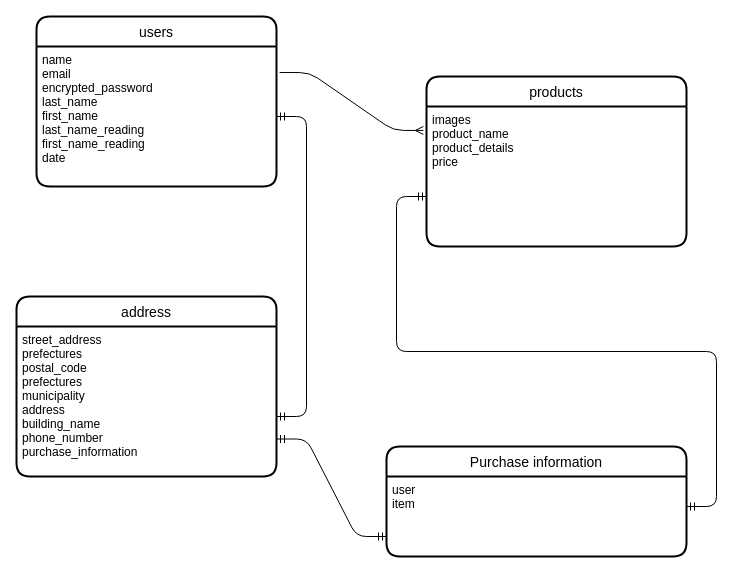
The draw.io diagram furima29603.dio in mugineko28/furima-29603, before the edit. Source tidied: cells renumbered, new cells numbered last; positions are measured from the earlier drawing's top-left corner, leaving out a move shared by most shapes. Both pictures are drawn from the tidied source at 100%, with x=0, y=0 at pixel (16, 16).
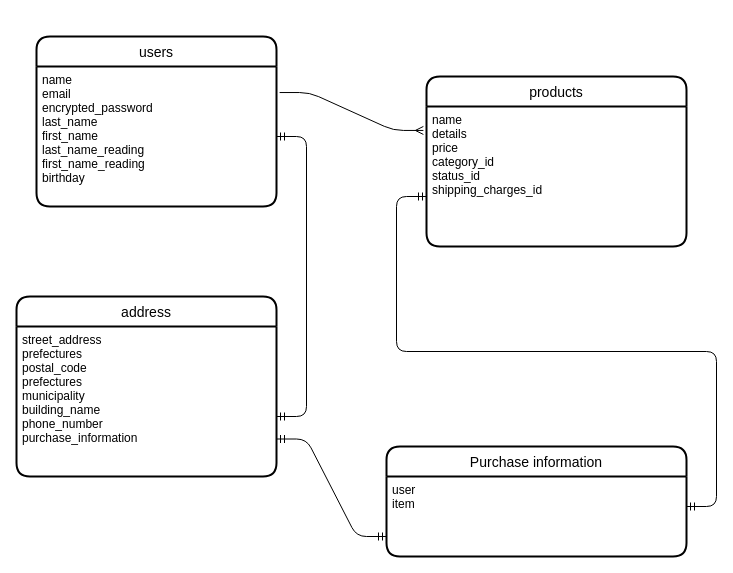
After the change.

Commit message (it also covers changes not shown here):
テーブル設計（修正３）

Change to the diagram source:
```diff
@@
 <mxGraphModel>
   <root>
     <mxCell id="0" />
     <mxCell id="1" parent="0" />
     <mxCell id="2" style="edgeStyle=entityRelationEdgeStyle;fontSize=12;html=1;endArrow=ERmandOne;startArrow=ERmandOne;exitX=1;exitY=0.75;exitDx=0;exitDy=0;entryX=0;entryY=0.75;entryDx=0;entryDy=0;" parent="1" edge="1" source="8" target="10">
       <mxGeometry relative="1" as="geometry" />
     </mxCell>
     <mxCell id="3" value="users" style="swimlane;horizontal=1;startSize=30;rounded=1;fontSize=14;fontStyle=0;strokeWidth=2;shadow=0;dashed=0;align=center;" parent="1" vertex="1">
-      <mxGeometry x="20" width="240" height="170" as="geometry" />
+      <mxGeometry x="20" y="20" width="240" height="170" as="geometry" />
     </mxCell>
-    <mxCell id="4" value="name&#10;email&#10;encrypted_password&#10;last_name&#10;first_name&#10;last_name_reading&#10;first_name_reading&#10;date&#10;" style="align=left;strokeColor=none;fillColor=none;spacingLeft=4;fontSize=12;verticalAlign=top;" parent="3" vertex="1">
+    <mxCell id="4" value="name&#10;email&#10;encrypted_password&#10;last_name&#10;first_name&#10;last_name_reading&#10;first_name_reading&#10;birthday&#10;" style="align=left;strokeColor=none;fillColor=none;spacingLeft=4;fontSize=12;verticalAlign=top;" parent="3" vertex="1">
       <mxGeometry y="30" width="240" height="140" as="geometry" />
     </mxCell>
     <mxCell id="5" value="products" style="swimlane;horizontal=1;startSize=30;rounded=1;fontSize=14;fontStyle=0;strokeWidth=2;shadow=0;dashed=0;align=center;" parent="1" vertex="1">
       <mxGeometry x="410" y="60" width="260" height="170" as="geometry" />
     </mxCell>
-    <mxCell id="6" value="images&#10;product_name&#10;product_details&#10;price" style="align=left;strokeColor=none;fillColor=none;spacingLeft=4;fontSize=12;verticalAlign=top;" parent="5" vertex="1">
+    <mxCell id="6" value="name&#10;details&#10;price&#10;category_id&#10;status_id&#10;shipping_charges_id&#10;&#10;&#10;" style="align=left;strokeColor=none;fillColor=none;spacingLeft=4;fontSize=12;verticalAlign=top;" parent="5" vertex="1">
       <mxGeometry y="30" width="260" height="140" as="geometry" />
     </mxCell>
+    <mxCell id="13" style="edgeStyle=entityRelationEdgeStyle;fontSize=12;html=1;endArrow=ERmandOne;startArrow=ERmandOne;" parent="5" edge="1">
+      <mxGeometry relative="1" as="geometry">
+        <mxPoint x="260" y="430" as="sourcePoint" />
+        <mxPoint y="120" as="targetPoint" />
+      </mxGeometry>
+    </mxCell>
     <mxCell id="7" value="address" style="swimlane;horizontal=1;startSize=30;rounded=1;fontSize=14;fontStyle=0;strokeWidth=2;shadow=0;dashed=0;align=center;" parent="1" vertex="1">
       <mxGeometry y="280" width="260" height="180" as="geometry" />
     </mxCell>
-    <mxCell id="8" value="street_address&#10;prefectures&#10;postal_code&#10;prefectures&#10;municipality&#10;address&#10;building_name&#10;phone_number&#10;purchase_information " style="align=left;strokeColor=none;fillColor=none;spacingLeft=4;fontSize=12;verticalAlign=top;" parent="7" vertex="1">
+    <mxCell id="8" value="street_address&#10;prefectures&#10;postal_code&#10;prefectures&#10;municipality&#10;building_name&#10;phone_number&#10;purchase_information " style="align=left;strokeColor=none;fillColor=none;spacingLeft=4;fontSize=12;verticalAlign=top;" parent="7" vertex="1">
       <mxGeometry y="30" width="260" height="150" as="geometry" />
     </mxCell>
     <mxCell id="9" value="Purchase information" style="swimlane;horizontal=1;startSize=30;rounded=1;fontSize=14;fontStyle=0;strokeWidth=2;shadow=0;dashed=0;align=center;" parent="1" vertex="1">
       <mxGeometry x="370" y="430" width="300" height="110" as="geometry" />
     </mxCell>
     <mxCell id="10" value="user&#10;item" style="align=left;strokeColor=none;fillColor=none;spacingLeft=4;fontSize=12;verticalAlign=top;" parent="9" vertex="1">
       <mxGeometry y="30" width="300" height="80" as="geometry" />
     </mxCell>
     <mxCell id="11" style="edgeStyle=entityRelationEdgeStyle;fontSize=12;html=1;endArrow=ERmandOne;startArrow=ERmandOne;" parent="1" edge="1" target="4">
       <mxGeometry relative="1" as="geometry">
         <mxPoint x="260" y="400" as="sourcePoint" />
       </mxGeometry>
     </mxCell>
     <mxCell id="12" style="edgeStyle=entityRelationEdgeStyle;fontSize=12;html=1;endArrow=ERmany;entryX=-0.012;entryY=0.171;entryDx=0;entryDy=0;entryPerimeter=0;exitX=1.013;exitY=0.186;exitDx=0;exitDy=0;exitPerimeter=0;" parent="1" edge="1" source="4" target="6">
       <mxGeometry relative="1" as="geometry" />
     </mxCell>
-    <mxCell id="13" style="edgeStyle=entityRelationEdgeStyle;fontSize=12;html=1;endArrow=ERmandOne;startArrow=ERmandOne;" parent="1" edge="1">
-      <mxGeometry relative="1" as="geometry">
-        <mxPoint x="670" y="490" as="sourcePoint" />
-        <mxPoint x="410" y="180" as="targetPoint" />
-      </mxGeometry>
-    </mxCell>
   </root>
 </mxGraphModel>
```
